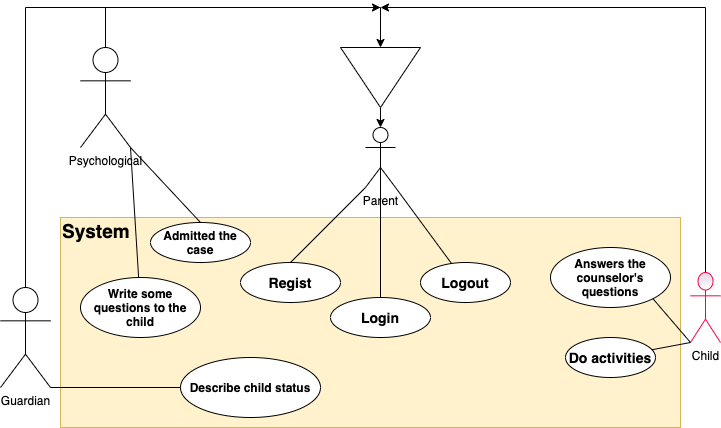
Above: Project/use_case_diagram (2).png in xdayeh/Modeling-software (draw.io), before the change. Source tidied: cells renumbered, new cells last; positions are measured from the earlier drawing's top-left corner, leaving out a move shared by most shapes.
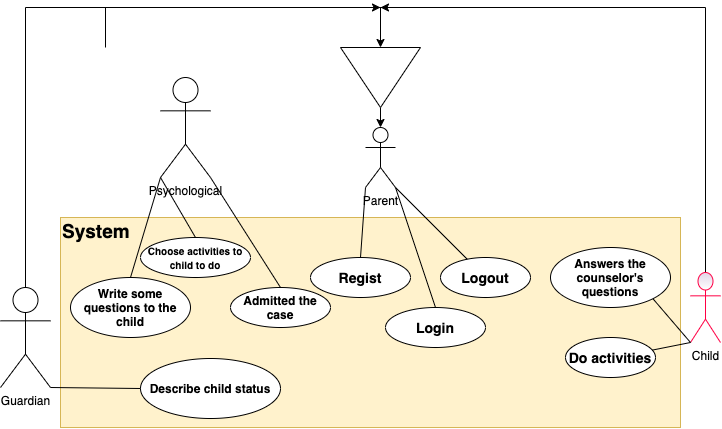
The same file after the commit.

Commit message:
Update use_case_diagram (3).png

The edit, as a diff of the source:
```diff
@@ -27,7 +27,7 @@
       <mxGeometry y="280" width="50" height="100" as="geometry" />
     </mxCell>
     <mxCell id="6" value="&lt;div style=&quot;box-sizing: border-box ; font-family: &amp;#34;segoe ui&amp;#34; , , &amp;#34;apple color emoji&amp;#34; , &amp;#34;segoe ui emoji&amp;#34; , sans-serif ; font-size: 14px&quot;&gt;&lt;div style=&quot;box-sizing: border-box ; font-family: &amp;#34;segoe ui&amp;#34; , , &amp;#34;apple color emoji&amp;#34; , &amp;#34;segoe ui emoji&amp;#34; , sans-serif&quot;&gt;&lt;div style=&quot;box-sizing: border-box ; font-family: &amp;#34;segoe ui&amp;#34; , , &amp;#34;apple color emoji&amp;#34; , &amp;#34;segoe ui emoji&amp;#34; , sans-serif&quot;&gt;&lt;b&gt;Login&lt;/b&gt;&lt;/div&gt;&lt;/div&gt;&lt;/div&gt;" style="ellipse;whiteSpace=wrap;html=1;labelBackgroundColor=none;align=center;" parent="1" vertex="1">
-      <mxGeometry x="330" y="290" width="100" height="40" as="geometry" />
+      <mxGeometry x="385" y="300" width="100" height="40" as="geometry" />
     </mxCell>
     <mxCell id="7" style="edgeStyle=orthogonalEdgeStyle;rounded=0;jettySize=auto;html=1;exitX=1;exitY=0.5;exitDx=0;exitDy=0;entryX=0.5;entryY=0;entryDx=0;entryDy=0;entryPerimeter=0;" parent="1" edge="1" source="8" target="9">
       <mxGeometry relative="1" as="geometry" />
@@ -51,32 +51,26 @@
       <mxGeometry x="690" y="265" width="30" height="70" as="geometry" />
     </mxCell>
     <mxCell id="12" value="&lt;div style=&quot;box-sizing: border-box ; font-family: &amp;#34;segoe ui&amp;#34; , , &amp;#34;apple color emoji&amp;#34; , &amp;#34;segoe ui emoji&amp;#34; , sans-serif ; font-size: 14px&quot;&gt;&lt;div style=&quot;box-sizing: border-box ; font-family: &amp;#34;segoe ui&amp;#34; , , &amp;#34;apple color emoji&amp;#34; , &amp;#34;segoe ui emoji&amp;#34; , sans-serif&quot;&gt;&lt;div style=&quot;box-sizing: border-box ; font-family: &amp;#34;segoe ui&amp;#34; , , &amp;#34;apple color emoji&amp;#34; , &amp;#34;segoe ui emoji&amp;#34; , sans-serif&quot;&gt;&lt;b&gt;Logout&lt;/b&gt;&lt;/div&gt;&lt;/div&gt;&lt;/div&gt;" style="ellipse;whiteSpace=wrap;html=1;labelBackgroundColor=none;align=center;" parent="1" vertex="1">
-      <mxGeometry x="420" y="255" width="90" height="40" as="geometry" />
+      <mxGeometry x="440" y="250" width="90" height="40" as="geometry" />
     </mxCell>
     <mxCell id="13" value="&lt;div style=&quot;box-sizing: border-box ; font-family: &amp;#34;segoe ui&amp;#34; , , &amp;#34;apple color emoji&amp;#34; , &amp;#34;segoe ui emoji&amp;#34; , sans-serif ; font-size: 14px&quot;&gt;&lt;div style=&quot;box-sizing: border-box ; font-family: &amp;#34;segoe ui&amp;#34; , , &amp;#34;apple color emoji&amp;#34; , &amp;#34;segoe ui emoji&amp;#34; , sans-serif&quot;&gt;&lt;div style=&quot;box-sizing: border-box ; font-family: &amp;#34;segoe ui&amp;#34; , , &amp;#34;apple color emoji&amp;#34; , &amp;#34;segoe ui emoji&amp;#34; , sans-serif&quot;&gt;&lt;b&gt;Regist&lt;/b&gt;&lt;/div&gt;&lt;/div&gt;&lt;/div&gt;" style="ellipse;whiteSpace=wrap;html=1;labelBackgroundColor=none;align=center;" parent="1" vertex="1">
-      <mxGeometry x="240" y="255" width="100" height="40" as="geometry" />
+      <mxGeometry x="310" y="250" width="100" height="40" as="geometry" />
     </mxCell>
     <mxCell id="14" value="&lt;div style=&quot;box-sizing: border-box&quot;&gt;&lt;div style=&quot;box-sizing: border-box&quot;&gt;&lt;div style=&quot;box-sizing: border-box&quot;&gt;&lt;b&gt;&lt;font style=&quot;font-size: 12px&quot;&gt;Admitted the case&lt;/font&gt;&lt;/b&gt;&lt;br&gt;&lt;/div&gt;&lt;/div&gt;&lt;/div&gt;" style="ellipse;whiteSpace=wrap;html=1;labelBackgroundColor=none;align=center;" parent="1" vertex="1">
-      <mxGeometry x="150" y="215" width="100" height="40" as="geometry" />
+      <mxGeometry x="230" y="280" width="100" height="40" as="geometry" />
     </mxCell>
     <mxCell id="15" value="&lt;div style=&quot;box-sizing: border-box&quot;&gt;&lt;div style=&quot;box-sizing: border-box&quot;&gt;&lt;div style=&quot;box-sizing: border-box&quot;&gt;&lt;b&gt;&lt;font style=&quot;font-size: 12px&quot;&gt;Write some questions to the child&lt;/font&gt;&lt;/b&gt;&lt;br&gt;&lt;/div&gt;&lt;/div&gt;&lt;/div&gt;" style="ellipse;whiteSpace=wrap;html=1;labelBackgroundColor=none;align=center;" parent="1" vertex="1">
-      <mxGeometry x="80" y="270" width="120" height="60" as="geometry" />
+      <mxGeometry x="70" y="270" width="120" height="60" as="geometry" />
     </mxCell>
     <mxCell id="16" value="Psychological" style="shape=umlActor;verticalLabelPosition=bottom;verticalAlign=top;html=1;outlineConnect=0;" parent="1" vertex="1">
-      <mxGeometry x="80" y="40" width="50" height="100" as="geometry" />
+      <mxGeometry x="160" y="70" width="50" height="100" as="geometry" />
     </mxCell>
     <mxCell id="17" style="endArrow=none;html=1;exitX=0.5;exitY=0;exitDx=0;exitDy=0;entryX=1;entryY=1;entryDx=0;entryDy=0;entryPerimeter=0;" parent="1" edge="1" source="14" target="16">
       <mxGeometry relative="1" as="geometry" />
     </mxCell>
-    <mxCell id="18" style="endArrow=none;html=1;entryX=1;entryY=1;entryDx=0;entryDy=0;entryPerimeter=0;" parent="1" edge="1" source="15" target="16">
-      <mxGeometry relative="1" as="geometry" />
-    </mxCell>
     <mxCell id="19" style="endArrow=none;html=1;entryX=0;entryY=1;entryDx=0;entryDy=0;entryPerimeter=0;exitX=0.5;exitY=0;exitDx=0;exitDy=0;" parent="1" edge="1" source="13" target="9">
       <mxGeometry relative="1" as="geometry" />
     </mxCell>
-    <mxCell id="20" style="endArrow=none;html=1;entryX=0.5;entryY=0.5;entryDx=0;entryDy=0;entryPerimeter=0;exitX=0.5;exitY=0;exitDx=0;exitDy=0;" parent="1" edge="1" source="6" target="9">
-      <mxGeometry relative="1" as="geometry" />
-    </mxCell>
     <mxCell id="21" style="endArrow=none;html=1;entryX=1;entryY=1;entryDx=0;entryDy=0;entryPerimeter=0;" parent="1" edge="1" source="12" target="9">
       <mxGeometry relative="1" as="geometry" />
     </mxCell>
@@ -90,7 +84,7 @@
       <mxGeometry relative="1" as="geometry" />
     </mxCell>
     <mxCell id="25" value="&lt;div style=&quot;box-sizing: border-box&quot;&gt;&lt;div style=&quot;box-sizing: border-box&quot;&gt;&lt;div style=&quot;box-sizing: border-box&quot;&gt;&lt;b&gt;Describe child status&lt;/b&gt;&lt;br&gt;&lt;/div&gt;&lt;/div&gt;&lt;/div&gt;" style="ellipse;whiteSpace=wrap;html=1;labelBackgroundColor=none;align=center;" parent="1" vertex="1">
-      <mxGeometry x="180" y="350" width="140" height="60" as="geometry" />
+      <mxGeometry x="140" y="351" width="140" height="60" as="geometry" />
     </mxCell>
     <mxCell id="26" style="endArrow=none;html=1;entryX=1;entryY=1;entryDx=0;entryDy=0;entryPerimeter=0;exitX=0;exitY=0.5;exitDx=0;exitDy=0;" parent="1" edge="1" source="25" target="5">
       <mxGeometry relative="1" as="geometry" />
@@ -98,5 +92,19 @@
     <mxCell id="27" style="endArrow=none;html=1;entryX=0;entryY=1;entryDx=0;entryDy=0;entryPerimeter=0;exitX=1;exitY=1;exitDx=0;exitDy=0;" parent="1" edge="1" source="22" target="11">
       <mxGeometry relative="1" as="geometry" />
     </mxCell>
+    <mxCell id="28" value="&lt;div style=&quot;box-sizing: border-box&quot;&gt;&lt;div style=&quot;box-sizing: border-box&quot;&gt;&lt;div style=&quot;box-sizing: border-box&quot;&gt;&lt;b&gt;&lt;font style=&quot;font-size: 10px&quot;&gt;Choose activities to child to do&lt;/font&gt;&lt;/b&gt;&lt;br&gt;&lt;/div&gt;&lt;/div&gt;&lt;/div&gt;" style="ellipse;whiteSpace=wrap;html=1;labelBackgroundColor=none;align=center;" parent="1" vertex="1">
+      <mxGeometry x="140" y="230" width="110" height="40" as="geometry" />
+    </mxCell>
+    <mxCell id="18" style="endArrow=none;html=1;exitX=0.5;exitY=0;exitDx=0;exitDy=0;entryX=0;entryY=1;entryDx=0;entryDy=0;entryPerimeter=0;" parent="1" edge="1" source="15" target="16">
+      <mxGeometry relative="1" as="geometry" />
+    </mxCell>
+    <mxCell id="29" style="endArrow=none;html=1;exitX=0.5;exitY=0;exitDx=0;exitDy=0;" parent="1" edge="1" source="28">
+      <mxGeometry relative="1" as="geometry">
+        <mxPoint x="160" y="170" as="targetPoint" />
+      </mxGeometry>
+    </mxCell>
+    <mxCell id="20" style="endArrow=none;html=1;exitX=0.5;exitY=0;exitDx=0;exitDy=0;entryX=1;entryY=1;entryDx=0;entryDy=0;entryPerimeter=0;" parent="1" edge="1" source="6" target="9">
+      <mxGeometry relative="1" as="geometry" />
+    </mxCell>
   </root>
 </mxGraphModel>
```
